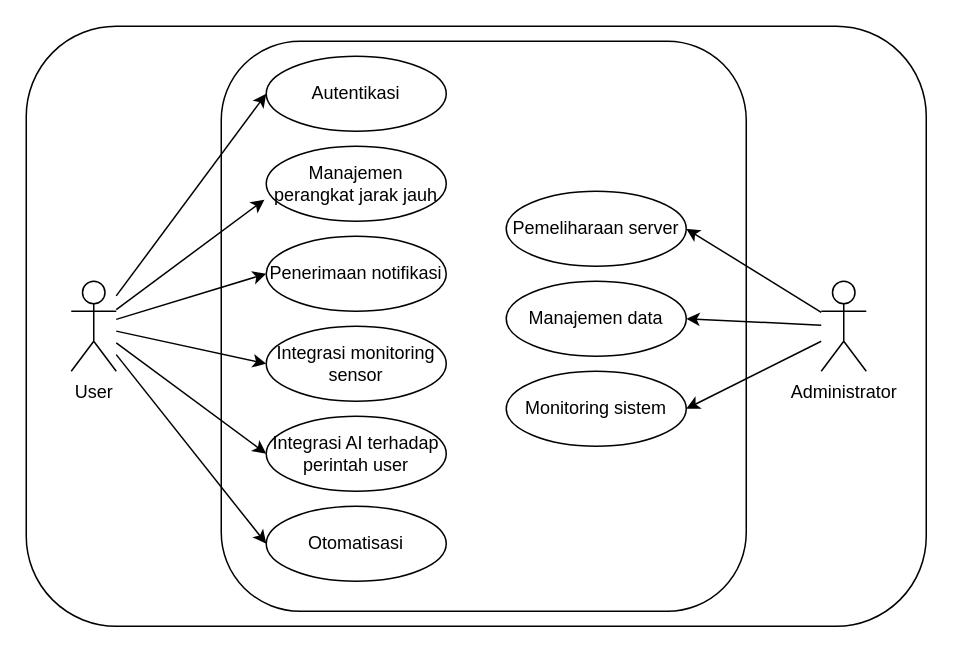
This is UseCaseSmartHome.drawio from JunathanRichie/KPPL-Pertemuan-5, a draw.io file, before an edit. Source tidied: cells renumbered, new cells numbered last; positions are measured from the earlier drawing's top-left corner, leaving out a move shared by most shapes. Both pictures are drawn from the tidied source at 150%, with x=0, y=0 at pixel (26, 26).
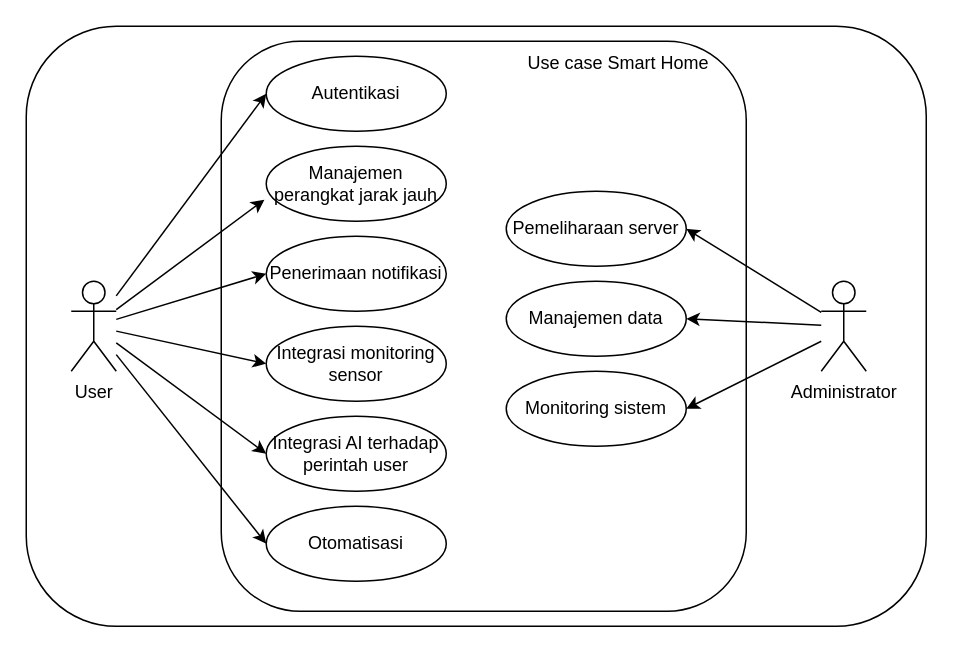
The same page after the edit.

Change to the diagram source:
```diff
@@
+    <mxCell id="24" value="Use case Smart Home" style="text;html=1;align=center;verticalAlign=middle;whiteSpace=wrap;rounded=0;" parent="1" vertex="1">
+      <mxGeometry x="330" y="10" width="130" height="30" as="geometry" />
+    </mxCell>
```
